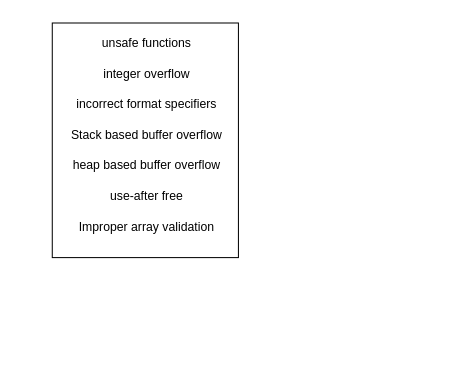
Earlier version of the draw.io diagram Untitled Diagram.drawio (PieterMaes/brol). Source tidied: cells renumbered, new cells numbered last; positions are measured from the earlier drawing's top-left corner, leaving out a move shared by most shapes. Both pictures are drawn from the tidied source at 102%, with x=0, y=0 at pixel (28, 28).
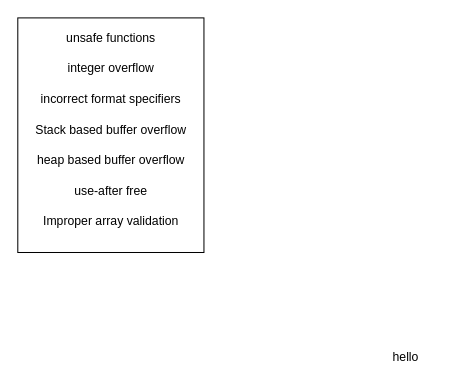
The same diagram, later.

What changed in the source:
```diff
@@
 <mxGraphModel>
   <root>
     <mxCell id="0" />
     <mxCell id="1" parent="0" />
+    <mxCell id="10" style="group;" parent="1" vertex="1">
+      <mxGeometry x="-10" y="-10" width="182.5" height="230" as="geometry" />
+    </mxCell>
-    <mxCell id="2" style="rounded=0;whiteSpace=wrap;html=1;rotation=90;" parent="1" vertex="1">
-      <mxGeometry y="18.8" width="230" height="182.5" as="geometry" />
+    <mxCell id="2" style="rounded=0;whiteSpace=wrap;html=1;rotation=90;" parent="10" vertex="1">
+      <mxGeometry x="-23.8" y="23.8" width="230" height="182.5" as="geometry" />
     </mxCell>
-    <mxCell id="3" value="&lt;div&gt;unsafe functions &lt;br&gt;&lt;/div&gt;" style="text;html=1;align=center;verticalAlign=middle;strokeColor=none;fillColor=none;" parent="1" vertex="1">
-      <mxGeometry x="61.2" width="110" height="30" as="geometry" />
+    <mxCell id="3" value="&lt;div&gt;unsafe functions &lt;br&gt;&lt;/div&gt;" style="text;html=1;align=center;verticalAlign=middle;strokeColor=none;fillColor=none;" parent="10" vertex="1">
+      <mxGeometry x="36.2" y="5" width="110" height="30" as="geometry" />
     </mxCell>
-    <mxCell id="4" value="&lt;div&gt;integer overflow&lt;/div&gt;" style="text;html=1;align=center;verticalAlign=middle;strokeColor=none;fillColor=none;" parent="1" vertex="1">
-      <mxGeometry x="61.2" y="30" width="110" height="30" as="geometry" />
+    <mxCell id="4" value="&lt;div&gt;integer overflow&lt;/div&gt;" style="text;html=1;align=center;verticalAlign=middle;strokeColor=none;fillColor=none;" parent="10" vertex="1">
+      <mxGeometry x="36.2" y="35" width="110" height="30" as="geometry" />
     </mxCell>
-    <mxCell id="5" value="incorrect format specifiers" style="text;html=1;align=center;verticalAlign=middle;strokeColor=none;fillColor=none;" parent="1" vertex="1">
-      <mxGeometry x="36.2" y="60" width="160" height="30" as="geometry" />
+    <mxCell id="5" value="incorrect format specifiers" style="text;html=1;align=center;verticalAlign=middle;strokeColor=none;fillColor=none;" parent="10" vertex="1">
+      <mxGeometry x="11.2" y="65" width="160" height="30" as="geometry" />
     </mxCell>
-    <mxCell id="6" value="&lt;div&gt;Stack based buffer overflow&lt;/div&gt;" style="text;html=1;align=center;verticalAlign=middle;strokeColor=none;fillColor=none;" parent="1" vertex="1">
-      <mxGeometry x="31.2" y="90" width="170" height="30" as="geometry" />
+    <mxCell id="6" value="&lt;div&gt;Stack based buffer overflow&lt;/div&gt;" style="text;html=1;align=center;verticalAlign=middle;strokeColor=none;fillColor=none;" parent="10" vertex="1">
+      <mxGeometry x="6.2" y="95" width="170" height="30" as="geometry" />
     </mxCell>
-    <mxCell id="7" value="&lt;div&gt;heap based buffer overflow&lt;/div&gt;" style="text;html=1;align=center;verticalAlign=middle;strokeColor=none;fillColor=none;" parent="1" vertex="1">
-      <mxGeometry x="31.2" y="120" width="170" height="30" as="geometry" />
+    <mxCell id="7" value="&lt;div&gt;heap based buffer overflow&lt;/div&gt;" style="text;html=1;align=center;verticalAlign=middle;strokeColor=none;fillColor=none;" parent="10" vertex="1">
+      <mxGeometry x="6.2" y="125" width="170" height="30" as="geometry" />
     </mxCell>
-    <mxCell id="8" value="&lt;div&gt;use-after free&lt;/div&gt;" style="text;html=1;align=center;verticalAlign=middle;strokeColor=none;fillColor=none;" parent="1" vertex="1">
-      <mxGeometry x="71.2" y="150" width="90" height="30" as="geometry" />
+    <mxCell id="8" value="&lt;div&gt;use-after free&lt;/div&gt;" style="text;html=1;align=center;verticalAlign=middle;strokeColor=none;fillColor=none;" parent="10" vertex="1">
+      <mxGeometry x="46.2" y="155" width="90" height="30" as="geometry" />
     </mxCell>
-    <mxCell id="9" value="Improper array validation" style="text;html=1;align=center;verticalAlign=middle;strokeColor=none;fillColor=none;" parent="1" vertex="1">
-      <mxGeometry x="36.2" y="180" width="160" height="30" as="geometry" />
+    <mxCell id="9" value="Improper array validation" style="text;html=1;align=center;verticalAlign=middle;strokeColor=none;fillColor=none;" parent="10" vertex="1">
+      <mxGeometry x="11.2" y="185" width="160" height="30" as="geometry" />
     </mxCell>
+    <mxCell id="11" value="hello" style="text;html=1;align=center;verticalAlign=middle;strokeColor=none;fillColor=none;" parent="1" vertex="1">
+      <mxGeometry x="345" y="308" width="50" height="30" as="geometry" />
+    </mxCell>
   </root>
 </mxGraphModel>
```
